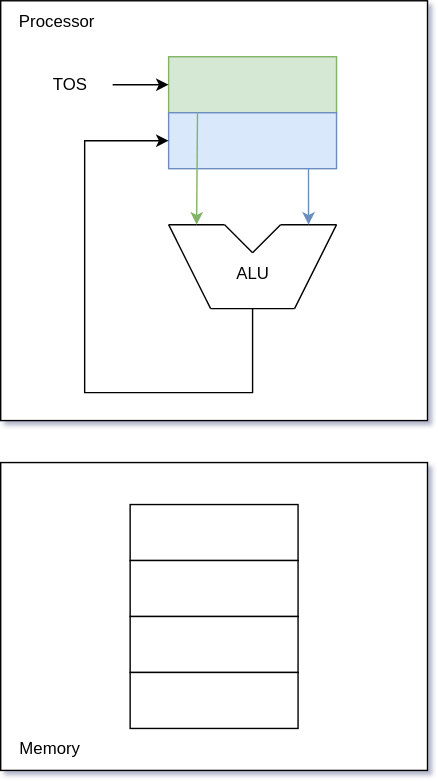
The draw.io diagram static/images/arch/stack_arch.svg in Incapamentum/incapamentum.github.io, before a commit. Source tidied: cells renumbered, new cells last; positions are measured from the earlier drawing's top-left corner, leaving out a move shared by most shapes. The source it was exported from:
```xml
<mxGraphModel>
  <root>
    <mxCell id="0" />
    <mxCell id="1" parent="0" />
    <mxCell id="2" style="rounded=0;whiteSpace=wrap;html=1;" parent="1" vertex="1">
      <mxGeometry y="330" width="305" height="220" as="geometry" />
    </mxCell>
    <mxCell id="3" style="rounded=0;whiteSpace=wrap;html=1;" parent="1" vertex="1">
      <mxGeometry width="305" height="300" as="geometry" />
    </mxCell>
    <mxCell id="4" style="rounded=0;whiteSpace=wrap;html=1;fillColor=#d5e8d4;strokeColor=#82b366;" parent="1" vertex="1">
      <mxGeometry x="120" y="40" width="120" height="40" as="geometry" />
    </mxCell>
    <mxCell id="5" style="rounded=0;whiteSpace=wrap;html=1;fillColor=#dae8fc;strokeColor=#6c8ebf;" parent="1" vertex="1">
      <mxGeometry x="120" y="80" width="120" height="40" as="geometry" />
    </mxCell>
    <mxCell id="6" style="endArrow=none;html=1;rounded=0;" parent="1" edge="1">
      <mxGeometry relative="1" as="geometry">
        <mxPoint x="120" y="160" as="sourcePoint" />
        <mxPoint x="160" y="160" as="targetPoint" />
      </mxGeometry>
    </mxCell>
    <mxCell id="7" style="endArrow=none;html=1;rounded=0;" parent="1" edge="1">
      <mxGeometry relative="1" as="geometry">
        <mxPoint x="240" y="160" as="sourcePoint" />
        <mxPoint x="200" y="160" as="targetPoint" />
      </mxGeometry>
    </mxCell>
    <mxCell id="8" style="endArrow=none;html=1;rounded=0;" parent="1" edge="1">
      <mxGeometry relative="1" as="geometry">
        <mxPoint x="150" y="220" as="sourcePoint" />
        <mxPoint x="210" y="220" as="targetPoint" />
      </mxGeometry>
    </mxCell>
    <mxCell id="9" style="endArrow=none;html=1;rounded=0;" parent="1" edge="1">
      <mxGeometry relative="1" as="geometry">
        <mxPoint x="210" y="220" as="sourcePoint" />
        <mxPoint x="240" y="160" as="targetPoint" />
      </mxGeometry>
    </mxCell>
    <mxCell id="10" style="endArrow=none;html=1;rounded=0;" parent="1" edge="1">
      <mxGeometry relative="1" as="geometry">
        <mxPoint x="150" y="220" as="sourcePoint" />
        <mxPoint x="120" y="160" as="targetPoint" />
      </mxGeometry>
    </mxCell>
    <mxCell id="11" style="endArrow=none;html=1;rounded=0;" parent="1" edge="1">
      <mxGeometry relative="1" as="geometry">
        <mxPoint x="160" y="160" as="sourcePoint" />
        <mxPoint x="180" y="180" as="targetPoint" />
      </mxGeometry>
    </mxCell>
    <mxCell id="12" style="endArrow=none;html=1;rounded=0;" parent="1" edge="1">
      <mxGeometry relative="1" as="geometry">
        <mxPoint x="180" y="180" as="sourcePoint" />
        <mxPoint x="200" y="160" as="targetPoint" />
      </mxGeometry>
    </mxCell>
    <mxCell id="13" style="endArrow=classic;html=1;rounded=0;entryX=0;entryY=0.5;entryDx=0;entryDy=0;" parent="1" edge="1" target="5">
      <mxGeometry relative="1" as="geometry">
        <mxPoint x="180" y="220" as="sourcePoint" />
        <Array as="points">
          <mxPoint x="180" y="280" />
          <mxPoint x="60" y="280" />
          <mxPoint x="60" y="100" />
        </Array>
      </mxGeometry>
    </mxCell>
    <mxCell id="14" value="ALU" style="text;html=1;align=center;verticalAlign=middle;strokeColor=none;fillColor=none;" parent="1" vertex="1">
      <mxGeometry x="155" y="180" width="50" height="30" as="geometry" />
    </mxCell>
    <mxCell id="15" style="endArrow=classic;html=1;rounded=0;exitX=0.172;exitY=0.006;exitDx=0;exitDy=0;exitPerimeter=0;fillColor=#d5e8d4;strokeColor=#82b366;" parent="1" edge="1" source="5">
      <mxGeometry relative="1" as="geometry">
        <mxPoint x="140" y="160" as="targetPoint" />
      </mxGeometry>
    </mxCell>
    <mxCell id="16" style="endArrow=classic;html=1;rounded=0;exitX=0.833;exitY=1;exitDx=0;exitDy=0;exitPerimeter=0;fillColor=#dae8fc;strokeColor=#6c8ebf;" parent="1" edge="1" source="5">
      <mxGeometry relative="1" as="geometry">
        <mxPoint x="220" y="160" as="targetPoint" />
      </mxGeometry>
    </mxCell>
    <mxCell id="17" style="endArrow=classic;html=1;rounded=0;entryX=0;entryY=0.5;entryDx=0;entryDy=0;" parent="1" edge="1" target="4">
      <mxGeometry relative="1" as="geometry">
        <mxPoint x="80" y="60" as="sourcePoint" />
      </mxGeometry>
    </mxCell>
    <mxCell id="18" value="TOS" style="text;html=1;strokeColor=none;fillColor=none;align=center;verticalAlign=middle;whiteSpace=wrap;rounded=0;" parent="1" vertex="1">
      <mxGeometry x="20" y="45" width="60" height="30" as="geometry" />
    </mxCell>
    <mxCell id="19" style="rounded=0;whiteSpace=wrap;html=1;" parent="1" vertex="1">
      <mxGeometry x="92.5" y="360" width="120" height="40" as="geometry" />
    </mxCell>
    <mxCell id="20" style="rounded=0;whiteSpace=wrap;html=1;" parent="1" vertex="1">
      <mxGeometry x="92.5" y="400" width="120" height="40" as="geometry" />
    </mxCell>
    <mxCell id="21" style="rounded=0;whiteSpace=wrap;html=1;" parent="1" vertex="1">
      <mxGeometry x="92.5" y="440" width="120" height="40" as="geometry" />
    </mxCell>
    <mxCell id="22" style="rounded=0;whiteSpace=wrap;html=1;" parent="1" vertex="1">
      <mxGeometry x="92.5" y="480" width="120" height="40" as="geometry" />
    </mxCell>
    <mxCell id="23" value="Processor" style="text;html=1;align=center;verticalAlign=middle;strokeColor=none;fillColor=none;" parent="1" vertex="1">
      <mxGeometry width="80" height="30" as="geometry" />
    </mxCell>
    <mxCell id="24" value="Memory" style="text;html=1;align=center;verticalAlign=middle;strokeColor=none;fillColor=none;" parent="1" vertex="1">
      <mxGeometry y="520" width="70" height="30" as="geometry" />
    </mxCell>
  </root>
</mxGraphModel>
```
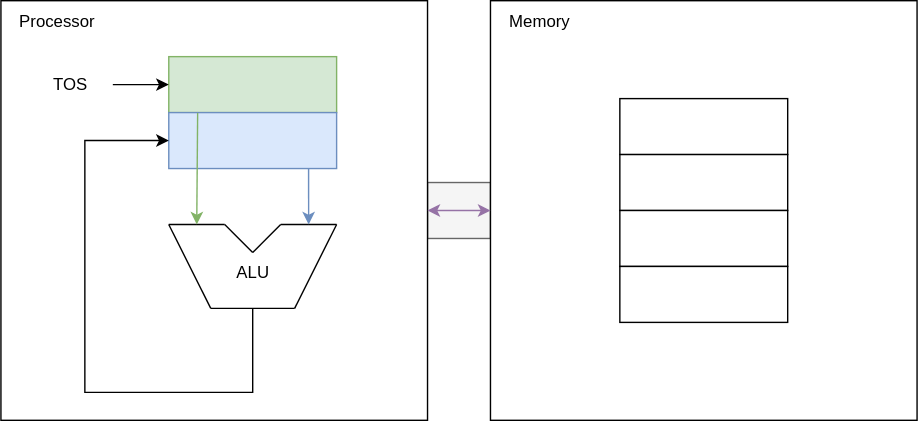
Above is the later version.

Diff of the diagram source:
```diff
@@ -2,8 +2,11 @@
   <root>
     <mxCell id="0" />
     <mxCell id="1" parent="0" />
+    <mxCell id="25" style="rounded=0;whiteSpace=wrap;html=1;fillColor=#f5f5f5;fontColor=#333333;strokeColor=#666666;" parent="1" vertex="1">
+      <mxGeometry x="305" y="130" width="45" height="40" as="geometry" />
+    </mxCell>
     <mxCell id="2" style="rounded=0;whiteSpace=wrap;html=1;" parent="1" vertex="1">
-      <mxGeometry y="330" width="305" height="220" as="geometry" />
+      <mxGeometry x="350" width="305" height="300" as="geometry" />
     </mxCell>
     <mxCell id="3" style="rounded=0;whiteSpace=wrap;html=1;" parent="1" vertex="1">
       <mxGeometry width="305" height="300" as="geometry" />
@@ -88,22 +91,25 @@
       <mxGeometry x="20" y="45" width="60" height="30" as="geometry" />
     </mxCell>
     <mxCell id="19" style="rounded=0;whiteSpace=wrap;html=1;" parent="1" vertex="1">
-      <mxGeometry x="92.5" y="360" width="120" height="40" as="geometry" />
+      <mxGeometry x="442.5" y="70" width="120" height="40" as="geometry" />
     </mxCell>
     <mxCell id="20" style="rounded=0;whiteSpace=wrap;html=1;" parent="1" vertex="1">
-      <mxGeometry x="92.5" y="400" width="120" height="40" as="geometry" />
+      <mxGeometry x="442.5" y="110" width="120" height="40" as="geometry" />
     </mxCell>
     <mxCell id="21" style="rounded=0;whiteSpace=wrap;html=1;" parent="1" vertex="1">
-      <mxGeometry x="92.5" y="440" width="120" height="40" as="geometry" />
+      <mxGeometry x="442.5" y="150" width="120" height="40" as="geometry" />
     </mxCell>
     <mxCell id="22" style="rounded=0;whiteSpace=wrap;html=1;" parent="1" vertex="1">
-      <mxGeometry x="92.5" y="480" width="120" height="40" as="geometry" />
+      <mxGeometry x="442.5" y="190" width="120" height="40" as="geometry" />
     </mxCell>
     <mxCell id="23" value="Processor" style="text;html=1;align=center;verticalAlign=middle;strokeColor=none;fillColor=none;" parent="1" vertex="1">
       <mxGeometry width="80" height="30" as="geometry" />
     </mxCell>
     <mxCell id="24" value="Memory" style="text;html=1;align=center;verticalAlign=middle;strokeColor=none;fillColor=none;" parent="1" vertex="1">
-      <mxGeometry y="520" width="70" height="30" as="geometry" />
+      <mxGeometry x="350" width="70" height="30" as="geometry" />
     </mxCell>
+    <mxCell id="26" style="endArrow=classic;startArrow=classic;html=1;rounded=0;exitX=1;exitY=0.5;exitDx=0;exitDy=0;entryX=0;entryY=0.5;entryDx=0;entryDy=0;fillColor=#e1d5e7;strokeColor=#9673a6;strokeWidth=1;" parent="1" edge="1" source="3" target="2">
+      <mxGeometry relative="1" as="geometry" />
+    </mxCell>
   </root>
 </mxGraphModel>
```
